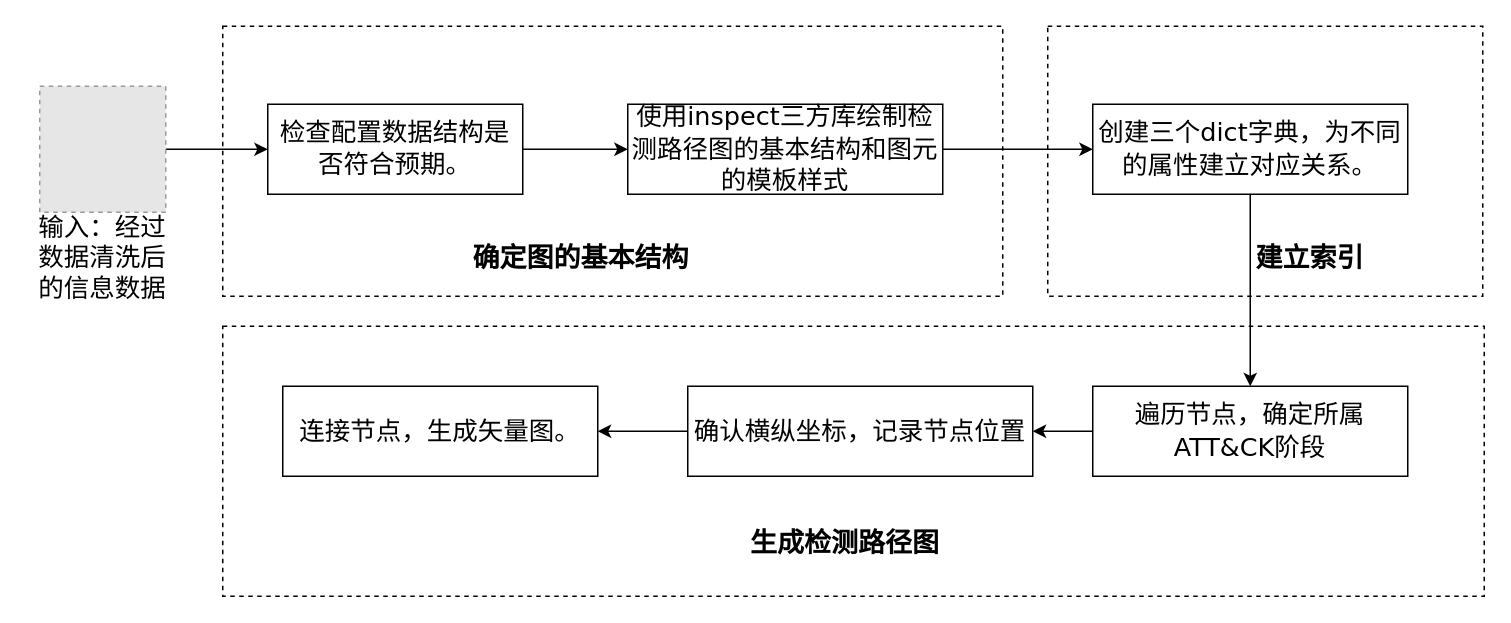
This is 检测路径图算法.drawio from Niujieheng/GitHub_Jul, a draw.io file, before an edit. Source tidied: cells renumbered, new cells numbered last; positions are measured from the earlier drawing's top-left corner, leaving out a move shared by most shapes. Both pictures are drawn from the tidied source at 150%, with x=0, y=0 at pixel (26, 26). Pictures stored in the file or linked from it are replaced by grey dashed boxes.
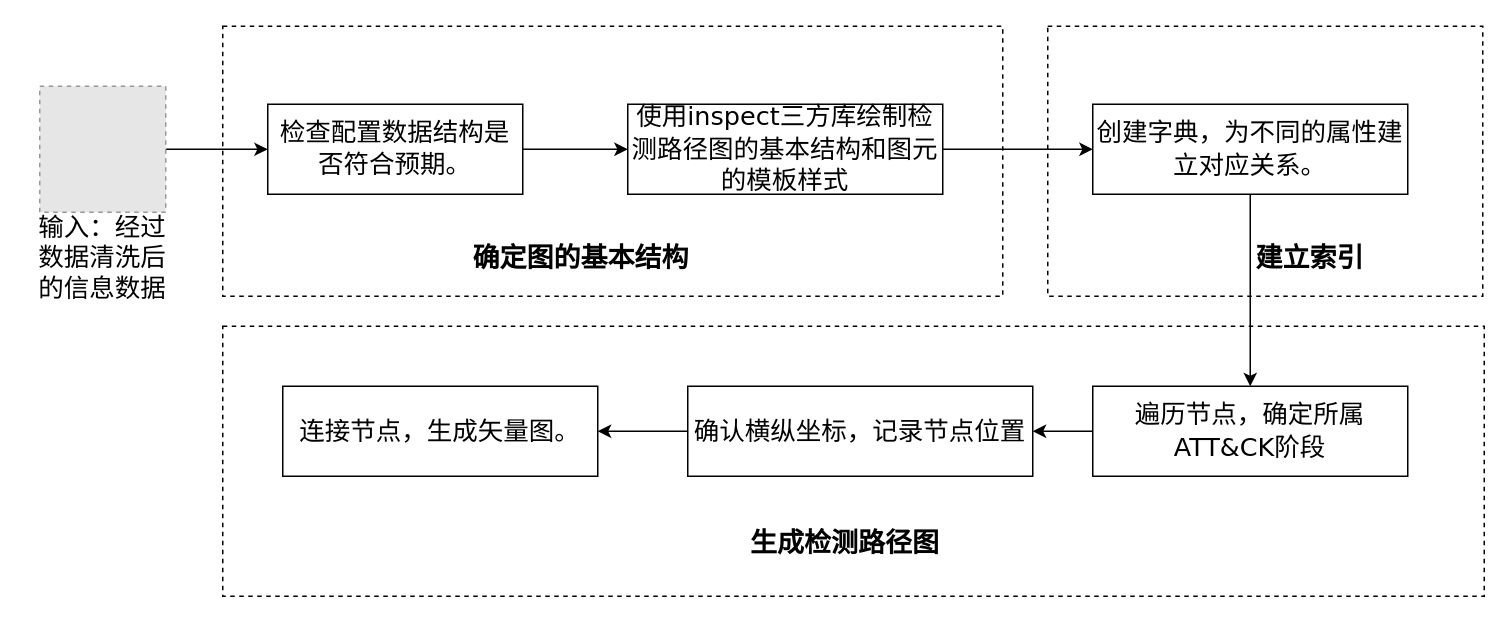
After the change.

Commit message:
更新检测路径图算法.drawio

Diff of the diagram source:
```diff
@@
-    <mxCell id="14" value="&lt;p style=&quot;font-size: 17px;&quot; class=&quot;MsoNormal&quot;&gt;&lt;font face=&quot;Verdana&quot;&gt;&lt;font style=&quot;font-size: 17px;&quot;&gt;创建三个&lt;/font&gt;&lt;font style=&quot;font-size: 17px;&quot;&gt;dict&lt;/font&gt;&lt;font style=&quot;font-size: 17px;&quot;&gt;字典，为不同的属性建立对应关系。&lt;/font&gt;&lt;/font&gt;&lt;/p&gt;" style="rounded=0;whiteSpace=wrap;html=1;" parent="1" vertex="1">
+    <mxCell id="14" value="&lt;p style=&quot;font-size: 17px;&quot; class=&quot;MsoNormal&quot;&gt;&lt;font face=&quot;Verdana&quot;&gt;&lt;font style=&quot;font-size: 17px;&quot;&gt;创建&lt;/font&gt;&lt;font style=&quot;font-size: 17px;&quot;&gt;字典，为不同的属性建立对应关系。&lt;/font&gt;&lt;/font&gt;&lt;/p&gt;" style="rounded=0;whiteSpace=wrap;html=1;" parent="1" vertex="1">
       <mxGeometry x="711" y="52" width="210" height="60" as="geometry" />
     </mxCell>
```
